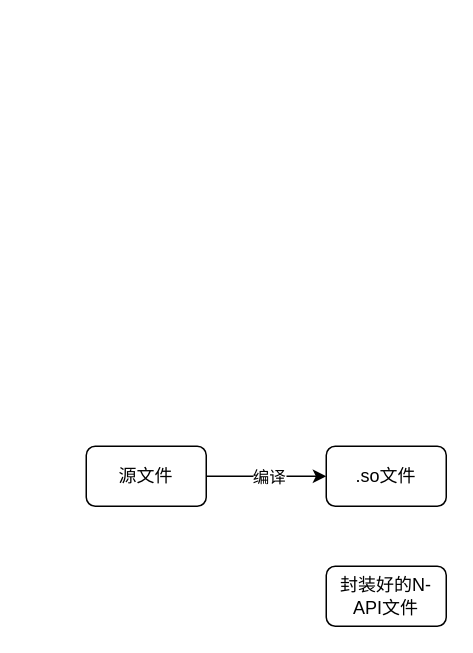
Earlier version of the draw.io diagram 掌握鸿蒙系统开发.drawio (yanhanfrontend/draw.io.workspace). Source tidied: cells renumbered, new cells numbered last; positions are measured from the earlier drawing's top-left corner, leaving out a move shared by most shapes. Both pictures are drawn from the tidied source at 150%, with x=0, y=0 at pixel (86, 446).
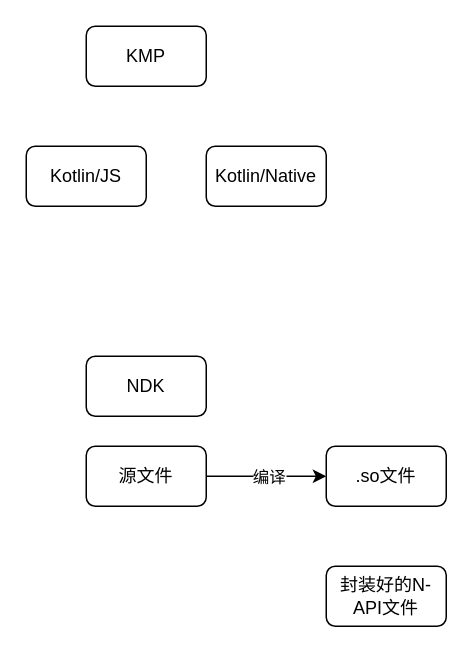
After the change.

Commit message:
更新掌握鸿蒙系统开发.drawio

Diff of the diagram source:
```diff
@@
 <mxGraphModel>
   <root>
     <mxCell id="0" />
     <mxCell id="1" parent="0" />
     <mxCell id="2" value=".so文件" style="rounded=1;whiteSpace=wrap;html=1;" parent="1" vertex="1">
       <mxGeometry x="160" width="80" height="40" as="geometry" />
     </mxCell>
     <mxCell id="3" style="edgeStyle=orthogonalEdgeStyle;rounded=0;jettySize=auto;html=1;" parent="1" edge="1" source="5" target="2">
       <mxGeometry relative="1" as="geometry" />
     </mxCell>
     <mxCell id="4" value="编译" style="edgeLabel;html=1;align=center;verticalAlign=middle;" parent="3" vertex="1">
       <mxGeometry x="0.03" y="-2" relative="1" as="geometry">
         <mxPoint y="-2" as="offset" />
       </mxGeometry>
     </mxCell>
     <mxCell id="5" value="源文件" style="rounded=1;whiteSpace=wrap;html=1;" parent="1" vertex="1">
       <mxGeometry width="80" height="40" as="geometry" />
     </mxCell>
     <mxCell id="6" value="封装好的N-API文件" style="rounded=1;whiteSpace=wrap;html=1;" parent="1" vertex="1">
       <mxGeometry x="160" y="80" width="80" height="40" as="geometry" />
     </mxCell>
+    <mxCell id="7" value="KMP" style="rounded=1;whiteSpace=wrap;html=1;" parent="1" vertex="1">
+      <mxGeometry y="-280" width="80" height="40" as="geometry" />
+    </mxCell>
+    <mxCell id="8" value="NDK" style="rounded=1;whiteSpace=wrap;html=1;" parent="1" vertex="1">
+      <mxGeometry y="-60" width="80" height="40" as="geometry" />
+    </mxCell>
+    <mxCell id="9" value="Kotlin/JS" style="rounded=1;whiteSpace=wrap;html=1;" parent="1" vertex="1">
+      <mxGeometry x="-40" y="-200" width="80" height="40" as="geometry" />
+    </mxCell>
+    <mxCell id="10" value="Kotlin/Native" style="rounded=1;whiteSpace=wrap;html=1;" parent="1" vertex="1">
+      <mxGeometry x="80" y="-200" width="80" height="40" as="geometry" />
+    </mxCell>
   </root>
 </mxGraphModel>
```
